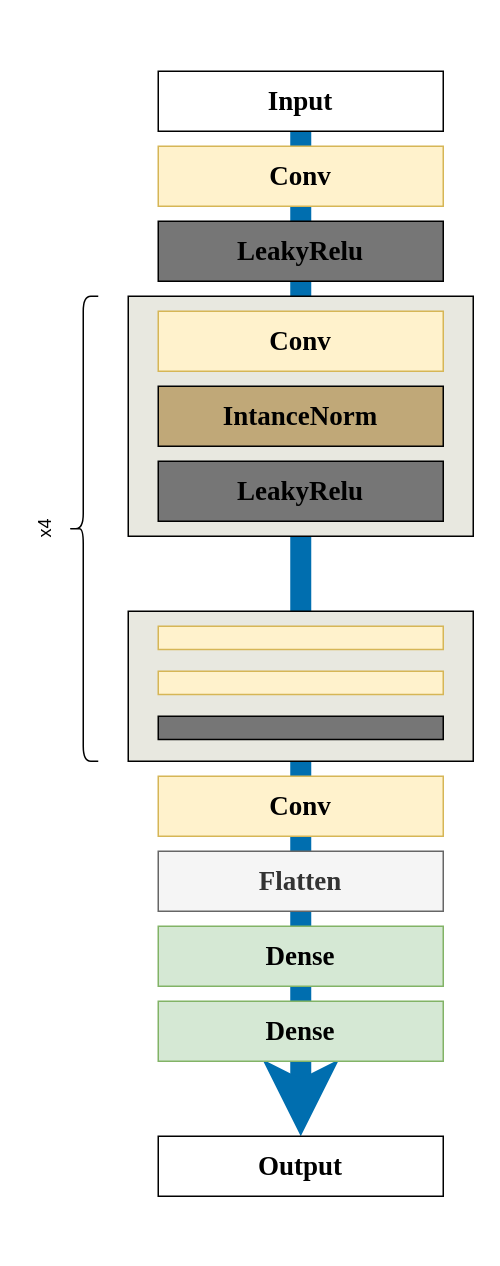
This is discriminantor-architecture.drawio from LFNing/General, a draw.io file, before an edit. Source tidied: cells renumbered, new cells numbered last; positions are measured from the earlier drawing's top-left corner, leaving out a move shared by most shapes. Both pictures are drawn from the tidied source at 150%, with x=0, y=0 at pixel (38, 70).
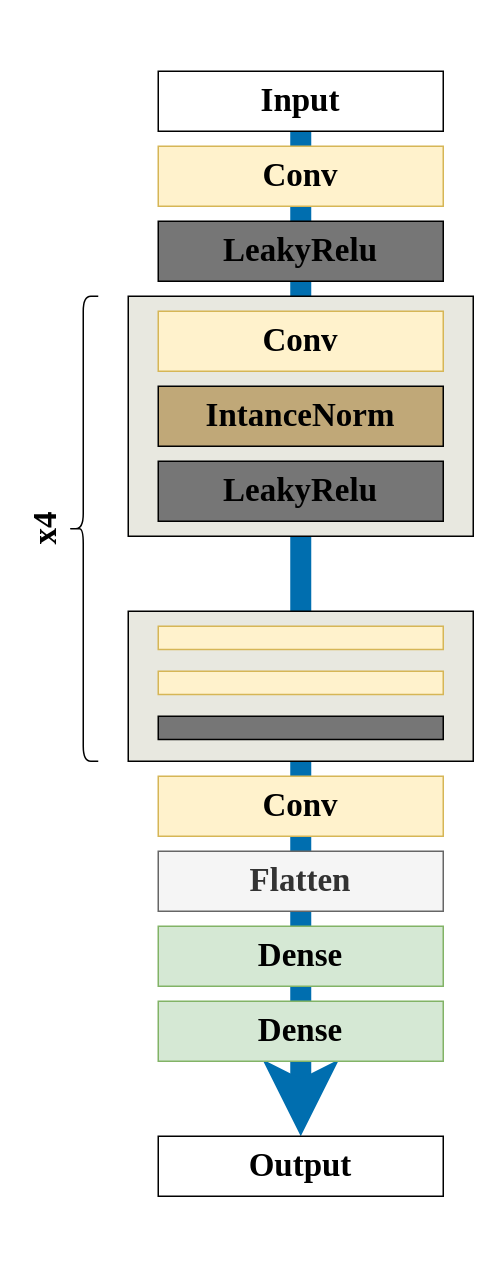
After the change.

What changed in the source:
```diff
@@
-    <mxCell id="2" style="endArrow=classic;html=1;rounded=0;fontFamily=Times New Roman;fontSize=18;exitX=0.5;exitY=1;exitDx=0;exitDy=0;entryX=0.5;entryY=0;entryDx=0;entryDy=0;strokeWidth=14;fillColor=#1ba1e2;strokeColor=#006EAF;" parent="1" edge="1" source="4" target="16">
+    <mxCell id="2" style="endArrow=classic;html=1;rounded=0;fontFamily=Times New Roman;fontSize=22;exitX=0.5;exitY=1;exitDx=0;exitDy=0;entryX=0.5;entryY=0;entryDx=0;entryDy=0;strokeWidth=14;fillColor=#1ba1e2;strokeColor=#006EAF;" parent="1" edge="1" source="4" target="16">
       <mxGeometry relative="1" as="geometry" />
     </mxCell>
-    <mxCell id="3" style="rounded=0;whiteSpace=wrap;html=1;fontFamily=Times New Roman;fontSize=18;fillColor=#e8e8e0;" parent="1" vertex="1">
+    <mxCell id="3" style="rounded=0;whiteSpace=wrap;html=1;fontFamily=Times New Roman;fontSize=22;fillColor=#e8e8e0;" parent="1" vertex="1">
       <mxGeometry x="60" y="150" width="230" height="160" as="geometry" />
     </mxCell>
-    <mxCell id="4" value="&lt;h5&gt;&lt;font style=&quot;font-size: 18px;&quot; face=&quot;Times New Roman&quot;&gt;Input&lt;/font&gt;&lt;/h5&gt;" style="rounded=0;whiteSpace=wrap;html=1;" parent="1" vertex="1">
+    <mxCell id="4" value="&lt;h5 style=&quot;font-size: 22px;&quot;&gt;&lt;font style=&quot;font-size: 22px;&quot;&gt;Input&lt;/font&gt;&lt;/h5&gt;" style="rounded=0;whiteSpace=wrap;html=1;fontFamily=Times New Roman;fontSize=22;" parent="1" vertex="1">
       <mxGeometry x="80" width="190" height="40" as="geometry" />
     </mxCell>
-    <mxCell id="5" value="&lt;h5&gt;&lt;font face=&quot;Times New Roman&quot;&gt;&lt;span style=&quot;font-size: 18px;&quot;&gt;Conv&lt;/span&gt;&lt;/font&gt;&lt;/h5&gt;" style="rounded=0;whiteSpace=wrap;html=1;fillColor=#fff2cc;strokeColor=#d6b656;" parent="1" vertex="1">
+    <mxCell id="5" value="&lt;h5 style=&quot;font-size: 22px;&quot;&gt;&lt;font style=&quot;font-size: 22px;&quot;&gt;&lt;span style=&quot;font-size: 22px;&quot;&gt;Conv&lt;/span&gt;&lt;/font&gt;&lt;/h5&gt;" style="rounded=0;whiteSpace=wrap;html=1;fillColor=#fff2cc;strokeColor=#d6b656;fontSize=22;fontFamily=Times New Roman;" parent="1" vertex="1">
       <mxGeometry x="80" y="50" width="190" height="40" as="geometry" />
     </mxCell>
-    <mxCell id="6" value="&lt;font style=&quot;font-size: 18px;&quot; face=&quot;Times New Roman&quot;&gt;&lt;b&gt;LeakyRelu&lt;/b&gt;&lt;/font&gt;" style="rounded=0;whiteSpace=wrap;html=1;fillColor=#767676;" parent="1" vertex="1">
+    <mxCell id="6" value="&lt;font style=&quot;font-size: 22px;&quot;&gt;&lt;b style=&quot;font-size: 22px;&quot;&gt;LeakyRelu&lt;/b&gt;&lt;/font&gt;" style="rounded=0;whiteSpace=wrap;html=1;fillColor=#767676;fontFamily=Times New Roman;fontSize=22;" parent="1" vertex="1">
       <mxGeometry x="80" y="100" width="190" height="40" as="geometry" />
     </mxCell>
-    <mxCell id="7" value="&lt;h5&gt;&lt;font face=&quot;Times New Roman&quot;&gt;&lt;span style=&quot;font-size: 18px;&quot;&gt;Conv&lt;/span&gt;&lt;/font&gt;&lt;/h5&gt;" style="rounded=0;whiteSpace=wrap;html=1;fillColor=#fff2cc;strokeColor=#d6b656;" parent="1" vertex="1">
+    <mxCell id="7" value="&lt;h5 style=&quot;font-size: 22px;&quot;&gt;&lt;font style=&quot;font-size: 22px;&quot;&gt;&lt;span style=&quot;font-size: 22px;&quot;&gt;Conv&lt;/span&gt;&lt;/font&gt;&lt;/h5&gt;" style="rounded=0;whiteSpace=wrap;html=1;fillColor=#fff2cc;strokeColor=#d6b656;fontFamily=Times New Roman;fontSize=22;" parent="1" vertex="1">
       <mxGeometry x="80" y="160" width="190" height="40" as="geometry" />
     </mxCell>
-    <mxCell id="8" value="&lt;h5&gt;&lt;font style=&quot;font-size: 18px;&quot; face=&quot;Times New Roman&quot;&gt;IntanceNorm&lt;/font&gt;&lt;/h5&gt;" style="rounded=0;whiteSpace=wrap;html=1;fillColor=#C0A878;" parent="1" vertex="1">
+    <mxCell id="8" value="&lt;h5 style=&quot;font-size: 22px;&quot;&gt;&lt;font style=&quot;font-size: 22px;&quot;&gt;IntanceNorm&lt;/font&gt;&lt;/h5&gt;" style="rounded=0;whiteSpace=wrap;html=1;fillColor=#C0A878;fontFamily=Times New Roman;fontSize=22;" parent="1" vertex="1">
       <mxGeometry x="80" y="210" width="190" height="40" as="geometry" />
     </mxCell>
-    <mxCell id="9" value="&lt;b style=&quot;font-family: &amp;quot;Times New Roman&amp;quot;; font-size: 18px;&quot;&gt;LeakyRelu&lt;/b&gt;" style="rounded=0;whiteSpace=wrap;html=1;fillColor=#767676;" parent="1" vertex="1">
+    <mxCell id="9" value="&lt;b style=&quot;font-size: 22px;&quot;&gt;LeakyRelu&lt;/b&gt;" style="rounded=0;whiteSpace=wrap;html=1;fillColor=#767676;fontFamily=Times New Roman;fontSize=22;" parent="1" vertex="1">
       <mxGeometry x="80" y="260" width="190" height="40" as="geometry" />
     </mxCell>
-    <mxCell id="10" style="rounded=0;whiteSpace=wrap;html=1;fontFamily=Times New Roman;fontSize=18;fillColor=#E8E8E0;" parent="1" vertex="1">
+    <mxCell id="10" style="rounded=0;whiteSpace=wrap;html=1;fontFamily=Times New Roman;fontSize=22;fillColor=#E8E8E0;" parent="1" vertex="1">
       <mxGeometry x="60" y="360" width="230" height="100" as="geometry" />
     </mxCell>
-    <mxCell id="11" style="rounded=0;whiteSpace=wrap;html=1;fillColor=#fff2cc;strokeColor=#d6b656;" parent="1" vertex="1">
+    <mxCell id="11" style="rounded=0;whiteSpace=wrap;html=1;fillColor=#fff2cc;strokeColor=#d6b656;fontFamily=Times New Roman;fontSize=22;" parent="1" vertex="1">
       <mxGeometry x="80" y="400" width="190" height="15.5" as="geometry" />
     </mxCell>
-    <mxCell id="12" style="rounded=0;whiteSpace=wrap;html=1;fillColor=#fff2cc;strokeColor=#d6b656;" parent="1" vertex="1">
+    <mxCell id="12" style="rounded=0;whiteSpace=wrap;html=1;fillColor=#fff2cc;strokeColor=#d6b656;fontFamily=Times New Roman;fontSize=22;" parent="1" vertex="1">
       <mxGeometry x="80" y="370" width="190" height="15.5" as="geometry" />
     </mxCell>
-    <mxCell id="13" style="rounded=0;whiteSpace=wrap;html=1;fillColor=#767676;" parent="1" vertex="1">
+    <mxCell id="13" style="rounded=0;whiteSpace=wrap;html=1;fillColor=#767676;fontFamily=Times New Roman;fontSize=22;" parent="1" vertex="1">
       <mxGeometry x="80" y="430" width="190" height="15.5" as="geometry" />
     </mxCell>
-    <mxCell id="14" value="&lt;h5&gt;&lt;font face=&quot;Times New Roman&quot;&gt;&lt;span style=&quot;font-size: 18px;&quot;&gt;Conv&lt;/span&gt;&lt;/font&gt;&lt;/h5&gt;" style="rounded=0;whiteSpace=wrap;html=1;fillColor=#fff2cc;strokeColor=#d6b656;" parent="1" vertex="1">
+    <mxCell id="14" value="&lt;h5 style=&quot;font-size: 22px;&quot;&gt;&lt;font style=&quot;font-size: 22px;&quot;&gt;&lt;span style=&quot;font-size: 22px;&quot;&gt;Conv&lt;/span&gt;&lt;/font&gt;&lt;/h5&gt;" style="rounded=0;whiteSpace=wrap;html=1;fillColor=#fff2cc;strokeColor=#d6b656;fontFamily=Times New Roman;fontSize=22;" parent="1" vertex="1">
       <mxGeometry x="80" y="470" width="190" height="40" as="geometry" />
     </mxCell>
-    <mxCell id="15" value="&lt;h5&gt;&lt;font face=&quot;Times New Roman&quot;&gt;&lt;span style=&quot;font-size: 18px;&quot;&gt;Dense&lt;/span&gt;&lt;/font&gt;&lt;/h5&gt;" style="rounded=0;whiteSpace=wrap;html=1;fillColor=#d5e8d4;strokeColor=#82b366;" parent="1" vertex="1">
+    <mxCell id="15" value="&lt;h5 style=&quot;font-size: 22px;&quot;&gt;&lt;font style=&quot;font-size: 22px;&quot;&gt;&lt;span style=&quot;font-size: 22px;&quot;&gt;Dense&lt;/span&gt;&lt;/font&gt;&lt;/h5&gt;" style="rounded=0;whiteSpace=wrap;html=1;fillColor=#d5e8d4;strokeColor=#82b366;fontFamily=Times New Roman;fontSize=22;" parent="1" vertex="1">
       <mxGeometry x="80" y="620" width="190" height="40" as="geometry" />
     </mxCell>
-    <mxCell id="16" value="&lt;h5&gt;&lt;font style=&quot;font-size: 18px;&quot; face=&quot;Times New Roman&quot;&gt;Output&lt;/font&gt;&lt;/h5&gt;" style="rounded=0;whiteSpace=wrap;html=1;" parent="1" vertex="1">
+    <mxCell id="16" value="&lt;h5 style=&quot;font-size: 22px;&quot;&gt;&lt;font style=&quot;font-size: 22px;&quot;&gt;Output&lt;/font&gt;&lt;/h5&gt;" style="rounded=0;whiteSpace=wrap;html=1;fontFamily=Times New Roman;fontSize=22;" parent="1" vertex="1">
       <mxGeometry x="80" y="710" width="190" height="40" as="geometry" />
     </mxCell>
-    <mxCell id="17" value="&lt;h5&gt;&lt;font face=&quot;Times New Roman&quot;&gt;&lt;span style=&quot;font-size: 18px;&quot;&gt;Flatten&lt;/span&gt;&lt;/font&gt;&lt;/h5&gt;" style="rounded=0;whiteSpace=wrap;html=1;fillColor=#f5f5f5;strokeColor=#666666;fontColor=#333333;" parent="1" vertex="1">
+    <mxCell id="17" value="&lt;h5 style=&quot;font-size: 22px;&quot;&gt;&lt;font style=&quot;font-size: 22px;&quot;&gt;&lt;span style=&quot;font-size: 22px;&quot;&gt;Flatten&lt;/span&gt;&lt;/font&gt;&lt;/h5&gt;" style="rounded=0;whiteSpace=wrap;html=1;fillColor=#f5f5f5;strokeColor=#666666;fontColor=#333333;fontFamily=Times New Roman;fontSize=22;" parent="1" vertex="1">
       <mxGeometry x="80" y="520" width="190" height="40" as="geometry" />
     </mxCell>
-    <mxCell id="18" value="&lt;h5&gt;&lt;font face=&quot;Times New Roman&quot;&gt;&lt;span style=&quot;font-size: 18px;&quot;&gt;Dense&lt;/span&gt;&lt;/font&gt;&lt;/h5&gt;" style="rounded=0;whiteSpace=wrap;html=1;fillColor=#d5e8d4;strokeColor=#82b366;" parent="1" vertex="1">
+    <mxCell id="18" value="&lt;h5 style=&quot;font-size: 22px;&quot;&gt;&lt;font style=&quot;font-size: 22px;&quot;&gt;&lt;span style=&quot;font-size: 22px;&quot;&gt;Dense&lt;/span&gt;&lt;/font&gt;&lt;/h5&gt;" style="rounded=0;whiteSpace=wrap;html=1;fillColor=#d5e8d4;strokeColor=#82b366;fontFamily=Times New Roman;fontSize=22;" parent="1" vertex="1">
       <mxGeometry x="80" y="570" width="190" height="40" as="geometry" />
     </mxCell>
-    <mxCell id="19" style="shape=curlyBracket;whiteSpace=wrap;html=1;rounded=1;fillColor=#404840;" parent="1" vertex="1">
+    <mxCell id="19" style="shape=curlyBracket;whiteSpace=wrap;html=1;rounded=1;fillColor=#404840;fontFamily=Times New Roman;fontSize=22;" parent="1" vertex="1">
       <mxGeometry x="20" y="150" width="20" height="310" as="geometry" />
     </mxCell>
-    <mxCell id="20" value="x4" style="text;html=1;strokeColor=none;fillColor=none;align=center;verticalAlign=middle;whiteSpace=wrap;rounded=0;horizontal=0;" parent="1" vertex="1">
+    <mxCell id="20" value="x4" style="text;html=1;strokeColor=none;fillColor=none;align=center;verticalAlign=middle;whiteSpace=wrap;rounded=0;horizontal=0;fontFamily=Times New Roman;fontSize=22;fontStyle=1;" parent="1" vertex="1">
       <mxGeometry y="295" width="10" height="20" as="geometry" />
     </mxCell>
```
